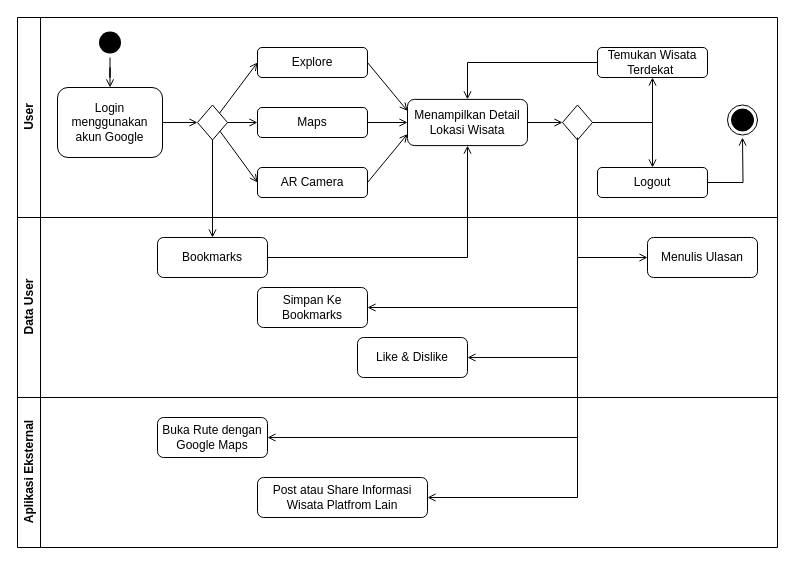
The draw.io diagram docs/activity-find-place.drawio in neszha/artour-android, before the edit. Source tidied: cells renumbered, new cells numbered last; positions are measured from the earlier drawing's top-left corner, leaving out a move shared by most shapes. Both pictures are drawn from the tidied source at 100%, with x=0, y=0 at pixel (17, 17).
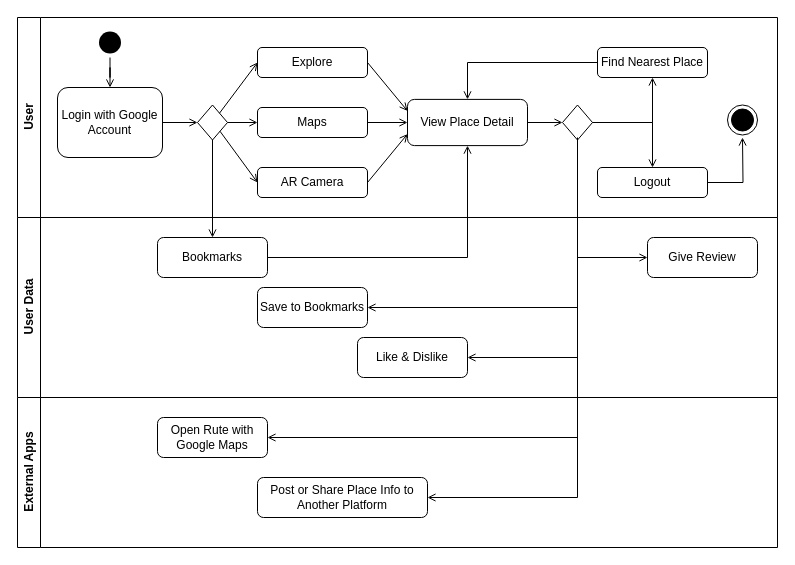
The same diagram, later.

The change refers to these unchanged cells:
```xml
<mxCell id="7" value="User" style="swimlane;horizontal=0;whiteSpace=wrap;html=1;" parent="1" vertex="1">
  <mxGeometry width="760" height="200" as="geometry" />
</mxCell>
```

What changed in the source:
```diff
@@
-    <mxCell id="2" value="Data User" style="swimlane;horizontal=0;whiteSpace=wrap;html=1;" parent="1" vertex="1">
+    <mxCell id="2" value="User Data" style="swimlane;horizontal=0;whiteSpace=wrap;html=1;" parent="1" vertex="1">
       <mxGeometry y="200" width="760" height="180" as="geometry" />
     </mxCell>
@@
-    <mxCell id="4" value="Simpan Ke Bookmarks" style="verticalAlign=middle;whiteSpace=wrap;rounded=1;" parent="2" vertex="1">
+    <mxCell id="4" value="Save to Bookmarks" style="verticalAlign=middle;whiteSpace=wrap;rounded=1;" parent="2" vertex="1">
       <mxGeometry x="240" y="70" width="110" height="40" as="geometry" />
     </mxCell>
@@
-    <mxCell id="6" value="Menulis Ulasan" style="verticalAlign=middle;whiteSpace=wrap;rounded=1;" parent="2" vertex="1">
+    <mxCell id="6" value="Give Review" style="verticalAlign=middle;whiteSpace=wrap;rounded=1;" parent="2" vertex="1">
       <mxGeometry x="630" y="20" width="110" height="40" as="geometry" />
     </mxCell>
@@
-    <mxCell id="11" value="Login menggunakan akun Google" style="verticalAlign=middle;whiteSpace=wrap;rounded=1;" parent="7" vertex="1">
+    <mxCell id="11" value="Login with Google Account" style="verticalAlign=middle;whiteSpace=wrap;rounded=1;" parent="7" vertex="1">
       <mxGeometry x="40" y="70" width="105" height="70" as="geometry" />
     </mxCell>
@@
-    <mxCell id="20" value="Menampilkan Detail Lokasi Wisata" style="verticalAlign=middle;whiteSpace=wrap;rounded=1;" parent="7" vertex="1">
+    <mxCell id="20" value="View Place Detail" style="verticalAlign=middle;whiteSpace=wrap;rounded=1;" parent="7" vertex="1">
       <mxGeometry x="390" y="81.9" width="120" height="46.2" as="geometry" />
     </mxCell>
@@
-    <mxCell id="27" value="Temukan Wisata Terdekat " style="verticalAlign=middle;whiteSpace=wrap;rounded=1;" parent="7" vertex="1">
+    <mxCell id="27" value="Find Nearest Place" style="verticalAlign=middle;whiteSpace=wrap;rounded=1;" parent="7" vertex="1">
       <mxGeometry x="580" y="30" width="110" height="30" as="geometry" />
     </mxCell>
@@
-    <mxCell id="36" value="Aplikasi Eksternal" style="swimlane;horizontal=0;whiteSpace=wrap;html=1;" parent="1" vertex="1">
+    <mxCell id="36" value="External Apps" style="swimlane;horizontal=0;whiteSpace=wrap;html=1;" parent="1" vertex="1">
       <mxGeometry y="380" width="760" height="150" as="geometry" />
     </mxCell>
-    <mxCell id="37" value="Buka Rute dengan Google Maps" style="verticalAlign=middle;whiteSpace=wrap;rounded=1;" parent="36" vertex="1">
+    <mxCell id="37" value="Open Rute with Google Maps" style="verticalAlign=middle;whiteSpace=wrap;rounded=1;" parent="36" vertex="1">
       <mxGeometry x="140" y="20" width="110" height="40" as="geometry" />
     </mxCell>
-    <mxCell id="38" value="Post atau Share Informasi Wisata Platfrom Lain" style="verticalAlign=middle;whiteSpace=wrap;rounded=1;" parent="36" vertex="1">
+    <mxCell id="38" value="Post or Share Place Info to Another Platform" style="verticalAlign=middle;whiteSpace=wrap;rounded=1;" parent="36" vertex="1">
       <mxGeometry x="240" y="80" width="170" height="40" as="geometry" />
     </mxCell>
```
